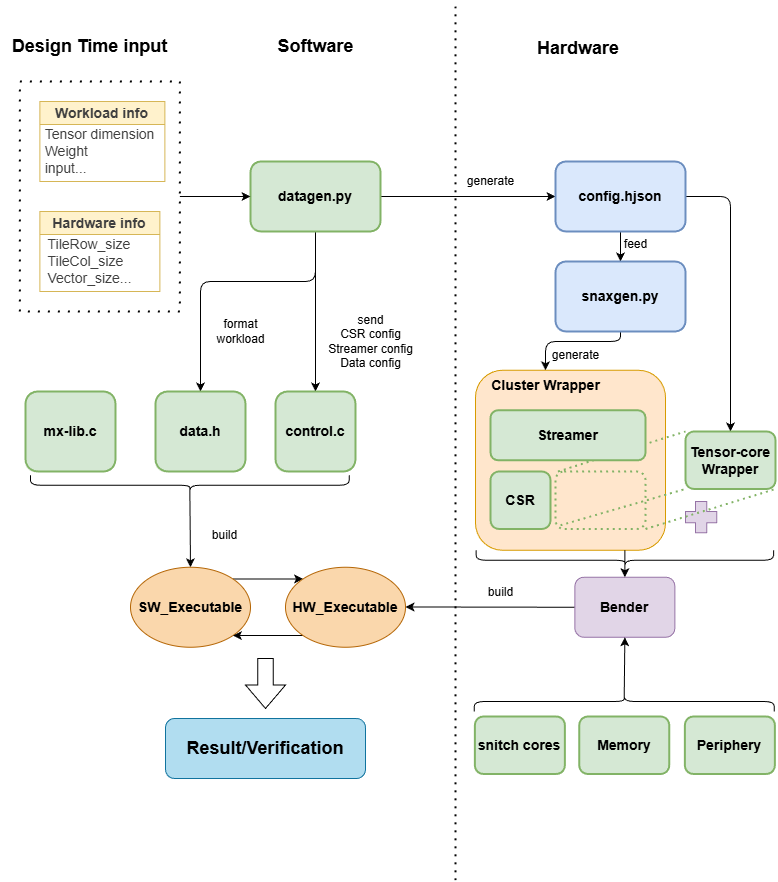
MargZhao/MX_SNAX_integration keeps this draw.io diagram as target/snitch_cluster/sw/apps/snax-mx/thesis_graphs/workflow.png. Above is the earlier version. Source tidied: cells renumbered, new cells last; positions are measured from the earlier drawing's top-left corner, leaving out a move shared by most shapes.
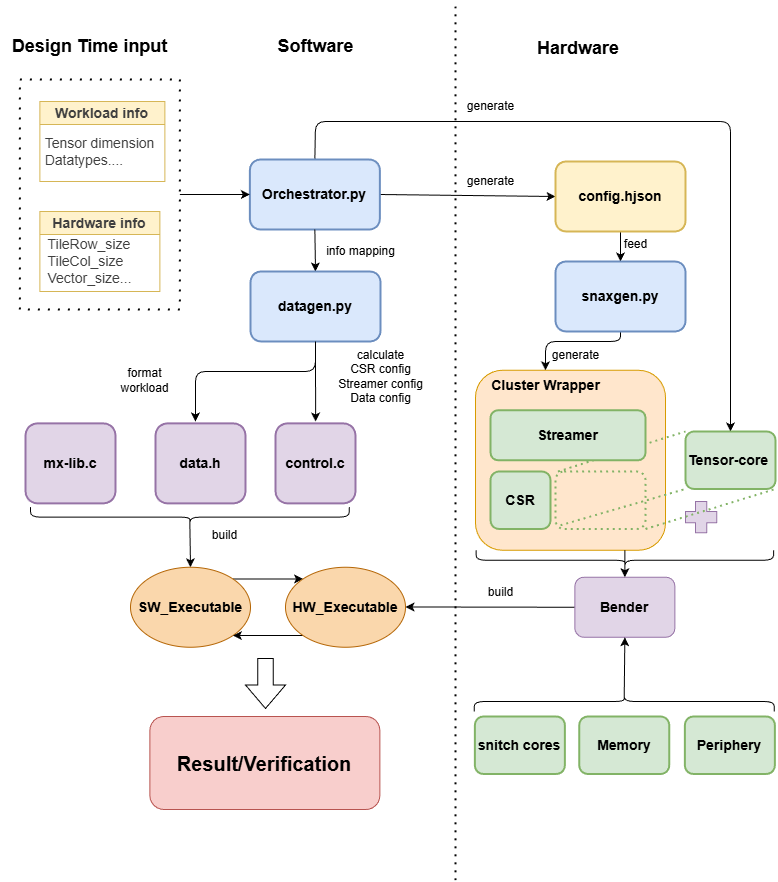
After the commit.

Change to the diagram source:
```diff
@@ -3,7 +3,7 @@
     <mxCell id="0" />
     <mxCell id="1" parent="0" />
     <mxCell id="2" style="rounded=0;whiteSpace=wrap;html=1;fillColor=none;dashed=1;strokeWidth=2;dashPattern=1 4;" parent="1" vertex="1">
-      <mxGeometry x="20.4" y="80" width="160" height="230" as="geometry" />
+      <mxGeometry x="20.4" y="78" width="160" height="230" as="geometry" />
     </mxCell>
     <mxCell id="3" style="rounded=1;whiteSpace=wrap;html=1;fillColor=#ffe6cc;strokeColor=#d79b00;" parent="1" vertex="1">
       <mxGeometry x="476" y="368.8" width="190" height="180" as="geometry" />
@@ -13,22 +13,19 @@
         <mxPoint x="558.5" y="470" as="sourcePoint" />
       </mxGeometry>
     </mxCell>
-    <mxCell id="5" style="edgeStyle=none;html=1;exitX=0.5;exitY=1;exitDx=0;exitDy=0;entryX=0.5;entryY=0;entryDx=0;entryDy=0;" parent="1" edge="1" source="8" target="11">
-      <mxGeometry relative="1" as="geometry" />
-    </mxCell>
     <mxCell id="6" style="edgeStyle=none;html=1;exitX=1;exitY=0.5;exitDx=0;exitDy=0;entryX=0;entryY=0.5;entryDx=0;entryDy=0;" parent="1" edge="1" source="8" target="18">
       <mxGeometry relative="1" as="geometry" />
     </mxCell>
-    <mxCell id="7" style="edgeStyle=none;html=1;exitX=0.5;exitY=1;exitDx=0;exitDy=0;entryX=0.5;entryY=0;entryDx=0;entryDy=0;" parent="1" edge="1" source="8" target="40">
-      <mxGeometry relative="1" as="geometry">
-        <Array as="points">
-          <mxPoint x="316" y="280" />
-          <mxPoint x="201" y="280" />
-        </Array>
-      </mxGeometry>
-    </mxCell>
+    <mxCell id="58" style="edgeStyle=none;html=1;exitX=0.5;exitY=0;exitDx=0;exitDy=0;entryX=0.5;entryY=0;entryDx=0;entryDy=0;" parent="1" edge="1" source="8" target="25">
+      <mxGeometry relative="1" as="geometry">
+        <Array as="points">
+          <mxPoint x="316" y="120" />
+          <mxPoint x="731" y="120" />
+        </Array>
+      </mxGeometry>
+    </mxCell>
-    <mxCell id="8" value="&lt;font style=&quot;font-size: 14px;&quot;&gt;&lt;b&gt;datagen.py&lt;/b&gt;&lt;/font&gt;" style="rounded=1;whiteSpace=wrap;html=1;fillColor=#d5e8d4;strokeColor=#82b366;strokeWidth=2;" parent="1" vertex="1">
-      <mxGeometry x="251" y="160" width="130" height="70" as="geometry" />
+    <mxCell id="8" value="&lt;font style=&quot;font-size: 14px;&quot;&gt;&lt;b&gt;Orchestrator.py&lt;/b&gt;&lt;/font&gt;" style="rounded=1;whiteSpace=wrap;html=1;fillColor=#dae8fc;strokeColor=#6c8ebf;strokeWidth=2;" parent="1" vertex="1">
+      <mxGeometry x="250.4" y="158" width="130" height="70" as="geometry" />
     </mxCell>
     <mxCell id="9" value="&lt;font style=&quot;font-size: 18px;&quot;&gt;&lt;b&gt;Software&lt;/b&gt;&lt;/font&gt;" style="text;html=1;align=center;verticalAlign=middle;strokeColor=none;fillColor=none;" parent="1" vertex="1">
       <mxGeometry x="266" y="25" width="100" height="40" as="geometry" />
@@ -36,14 +33,14 @@
     <mxCell id="10" value="&lt;div style=&quot;text-align: center;&quot;&gt;&lt;span style=&quot;background-color: transparent; font-size: 18px; text-wrap-mode: nowrap;&quot;&gt;&lt;b&gt;Hardware&lt;/b&gt;&lt;/span&gt;&lt;/div&gt;" style="text;whiteSpace=wrap;html=1;fontFamily=Helvetica;fontSize=12;fontColor=default;" parent="1" vertex="1">
       <mxGeometry x="536" y="30" width="90" height="30" as="geometry" />
     </mxCell>
-    <mxCell id="11" value="&lt;font style=&quot;font-size: 14px;&quot;&gt;&lt;b&gt;control.c&lt;/b&gt;&lt;/font&gt;" style="rounded=1;whiteSpace=wrap;html=1;fillColor=#d5e8d4;strokeColor=#82b366;strokeWidth=2;" parent="1" vertex="1">
-      <mxGeometry x="276" y="390" width="80" height="80" as="geometry" />
+    <mxCell id="11" value="&lt;font style=&quot;font-size: 14px;&quot;&gt;&lt;b&gt;control.c&lt;/b&gt;&lt;/font&gt;" style="rounded=1;whiteSpace=wrap;html=1;fillColor=#e1d5e7;strokeColor=#9673a6;strokeWidth=2;" parent="1" vertex="1">
+      <mxGeometry x="276" y="421.9" width="80" height="80" as="geometry" />
     </mxCell>
     <mxCell id="12" value="&lt;span style=&quot;scrollbar-color: rgb(226, 226, 226) rgb(251, 251, 251); text-align: left; text-wrap-mode: nowrap; background-color: transparent; font-size: 14px; color: rgb(63, 63, 63);&quot;&gt;Workload info&lt;/span&gt;" style="swimlane;whiteSpace=wrap;html=1;fillColor=#fff2cc;strokeColor=#d6b656;" parent="1" vertex="1">
       <mxGeometry x="40.4" y="100" width="125" height="80" as="geometry" />
     </mxCell>
-    <mxCell id="13" value="&lt;div style=&quot;color: rgb(63, 63, 63); scrollbar-color: rgb(226, 226, 226) rgb(251, 251, 251); text-align: left;&quot;&gt;&lt;font style=&quot;color: rgb(63, 63, 63); scrollbar-color: rgb(226, 226, 226) rgb(251, 251, 251); font-size: 14px;&quot;&gt;Tensor dimension&lt;/font&gt;&lt;/div&gt;&lt;div style=&quot;color: rgb(63, 63, 63); scrollbar-color: rgb(226, 226, 226) rgb(251, 251, 251); text-align: left;&quot;&gt;&lt;font style=&quot;color: rgb(63, 63, 63); scrollbar-color: rgb(226, 226, 226) rgb(251, 251, 251); font-size: 14px;&quot;&gt;Weight&lt;/font&gt;&lt;/div&gt;&lt;div style=&quot;color: rgb(63, 63, 63); scrollbar-color: rgb(226, 226, 226) rgb(251, 251, 251); text-align: left;&quot;&gt;&lt;font style=&quot;color: rgb(63, 63, 63); scrollbar-color: rgb(226, 226, 226) rgb(251, 251, 251); font-size: 14px;&quot;&gt;input...&lt;/font&gt;&lt;/div&gt;" style="text;html=1;align=center;verticalAlign=middle;strokeColor=none;fillColor=none;" parent="12" vertex="1">
-      <mxGeometry x="-5" y="20" width="130" height="60" as="geometry" />
+    <mxCell id="13" value="&lt;div style=&quot;color: rgb(63, 63, 63); scrollbar-color: rgb(226, 226, 226) rgb(251, 251, 251); text-align: left;&quot;&gt;&lt;font style=&quot;color: rgb(63, 63, 63); scrollbar-color: rgb(226, 226, 226) rgb(251, 251, 251); font-size: 14px;&quot;&gt;Tensor dimension&lt;/font&gt;&lt;/div&gt;&lt;div style=&quot;color: rgb(63, 63, 63); scrollbar-color: rgb(226, 226, 226) rgb(251, 251, 251); text-align: left;&quot;&gt;&lt;span style=&quot;font-size: 14px; background-color: transparent;&quot;&gt;Datatypes....&lt;/span&gt;&lt;/div&gt;" style="text;html=1;align=center;verticalAlign=middle;strokeColor=none;fillColor=none;" parent="12" vertex="1">
+      <mxGeometry x="-5" y="25" width="130" height="50" as="geometry" />
     </mxCell>
     <mxCell id="14" value="&lt;font style=&quot;color: rgb(63, 63, 63); scrollbar-color: rgb(226, 226, 226) rgb(251, 251, 251); font-weight: 400; text-align: left; text-wrap-mode: nowrap; font-size: 14px;&quot;&gt;&lt;b style=&quot;color: rgb(63, 63, 63); scrollbar-color: rgb(226, 226, 226) rgb(251, 251, 251);&quot;&gt;Hardware info&lt;/b&gt;&lt;/font&gt;" style="swimlane;whiteSpace=wrap;html=1;startSize=23;fillColor=#fff2cc;strokeColor=#d6b656;" parent="1" vertex="1">
       <mxGeometry x="40.4" y="210" width="120" height="80" as="geometry" />
@@ -54,21 +51,14 @@
     <mxCell id="16" style="edgeStyle=none;html=1;exitX=0.5;exitY=1;exitDx=0;exitDy=0;entryX=0.5;entryY=0;entryDx=0;entryDy=0;" parent="1" edge="1" source="18" target="28">
       <mxGeometry relative="1" as="geometry" />
     </mxCell>
-    <mxCell id="17" style="edgeStyle=none;html=1;exitX=1;exitY=0.5;exitDx=0;exitDy=0;entryX=0.5;entryY=0;entryDx=0;entryDy=0;" parent="1" edge="1" source="18" target="25">
-      <mxGeometry relative="1" as="geometry">
-        <Array as="points">
-          <mxPoint x="731" y="195" />
-        </Array>
-      </mxGeometry>
-    </mxCell>
-    <mxCell id="18" value="&lt;span style=&quot;font-size: 14px;&quot;&gt;&lt;b&gt;config.hjson&lt;/b&gt;&lt;/span&gt;" style="rounded=1;whiteSpace=wrap;html=1;fillColor=#dae8fc;strokeColor=#6c8ebf;strokeWidth=2;align=center;verticalAlign=middle;fontFamily=Helvetica;fontSize=12;" parent="1" vertex="1">
+    <mxCell id="18" value="&lt;span style=&quot;font-size: 14px;&quot;&gt;&lt;b&gt;config.hjson&lt;/b&gt;&lt;/span&gt;" style="rounded=1;whiteSpace=wrap;html=1;fillColor=#fff2cc;strokeColor=#d6b656;strokeWidth=2;align=center;verticalAlign=middle;fontFamily=Helvetica;fontSize=12;" parent="1" vertex="1">
       <mxGeometry x="556" y="160" width="130" height="70" as="geometry" />
     </mxCell>
     <mxCell id="19" value="generate" style="text;html=1;align=center;verticalAlign=middle;strokeColor=none;fillColor=none;" parent="1" vertex="1">
       <mxGeometry x="456" y="165" width="70" height="30" as="geometry" />
     </mxCell>
-    <mxCell id="20" value="&lt;div&gt;send&lt;/div&gt;CSR config&lt;div&gt;Streamer config&lt;/div&gt;&lt;div&gt;Data config&lt;/div&gt;" style="text;html=1;align=center;verticalAlign=middle;strokeColor=none;fillColor=none;" parent="1" vertex="1">
-      <mxGeometry x="316" y="305" width="110" height="70" as="geometry" />
+    <mxCell id="20" value="&lt;div&gt;calculate&lt;/div&gt;CSR config&lt;div&gt;Streamer config&lt;/div&gt;&lt;div&gt;Data config&lt;/div&gt;" style="text;html=1;align=center;verticalAlign=middle;strokeColor=none;fillColor=none;" parent="1" vertex="1">
+      <mxGeometry x="326" y="340" width="110" height="70" as="geometry" />
     </mxCell>
     <mxCell id="21" style="edgeStyle=none;html=1;exitX=1;exitY=0.5;exitDx=0;exitDy=0;entryX=0;entryY=0.5;entryDx=0;entryDy=0;" parent="1" edge="1" source="2" target="8">
       <mxGeometry relative="1" as="geometry" />
@@ -82,7 +72,7 @@
     <mxCell id="24" value="&lt;span style=&quot;font-size: 14px;&quot;&gt;&lt;b&gt;CSR&lt;/b&gt;&lt;/span&gt;" style="rounded=1;whiteSpace=wrap;html=1;fillColor=#d5e8d4;strokeColor=#82b366;strokeWidth=2;align=center;verticalAlign=middle;fontFamily=Helvetica;fontSize=12;" parent="1" vertex="1">
       <mxGeometry x="491" y="470" width="60" height="57.5" as="geometry" />
     </mxCell>
-    <mxCell id="25" value="&lt;span style=&quot;font-size: 14px;&quot;&gt;&lt;b&gt;Tensor-core Wrapper&lt;/b&gt;&lt;/span&gt;" style="rounded=1;whiteSpace=wrap;html=1;fillColor=#d5e8d4;strokeColor=#82b366;strokeWidth=2;align=center;verticalAlign=middle;fontFamily=Helvetica;fontSize=12;" parent="1" vertex="1">
+    <mxCell id="25" value="&lt;span style=&quot;font-size: 14px;&quot;&gt;&lt;b&gt;Tensor-core&amp;nbsp;&lt;/b&gt;&lt;/span&gt;" style="rounded=1;whiteSpace=wrap;html=1;fillColor=#d5e8d4;strokeColor=#82b366;strokeWidth=2;align=center;verticalAlign=middle;fontFamily=Helvetica;fontSize=12;fontColor=default;" parent="1" vertex="1">
       <mxGeometry x="686" y="430" width="90" height="57.5" as="geometry" />
     </mxCell>
     <mxCell id="26" value="&lt;font style=&quot;font-size: 14px;&quot;&gt;&lt;b&gt;Cluster Wrapper&lt;/b&gt;&lt;/font&gt;" style="text;html=1;align=center;verticalAlign=middle;points=[];strokeColor=none;fillColor=none;" parent="1" vertex="1">
@@ -129,23 +119,23 @@
     <mxCell id="36" value="&lt;font style=&quot;font-size: 14px;&quot;&gt;&lt;b style=&quot;&quot;&gt;Bender&lt;/b&gt;&lt;/font&gt;" style="rounded=1;whiteSpace=wrap;html=1;strokeColor=#9673a6;align=center;verticalAlign=middle;fontFamily=Helvetica;fontSize=12;fillColor=#e1d5e7;" parent="1" vertex="1">
       <mxGeometry x="575.4" y="575.8" width="100" height="60" as="geometry" />
     </mxCell>
-    <mxCell id="37" value="&lt;span style=&quot;font-size: 14px;&quot;&gt;&lt;b&gt;snitch cores&lt;/b&gt;&lt;/span&gt;" style="rounded=1;whiteSpace=wrap;html=1;fillColor=#d5e8d4;strokeColor=#82b366;strokeWidth=2;align=center;verticalAlign=middle;fontFamily=Helvetica;fontSize=12;" parent="1" vertex="1">
+    <mxCell id="37" value="&lt;span style=&quot;font-size: 14px;&quot;&gt;&lt;b&gt;snitch cores&lt;/b&gt;&lt;/span&gt;" style="rounded=1;whiteSpace=wrap;html=1;fillColor=#d5e8d4;strokeColor=#82b366;strokeWidth=2;align=center;verticalAlign=middle;fontFamily=Helvetica;fontSize=12;fontColor=default;" parent="1" vertex="1">
       <mxGeometry x="475.4" y="715" width="90" height="57.5" as="geometry" />
     </mxCell>
-    <mxCell id="38" value="&lt;span style=&quot;font-size: 14px;&quot;&gt;&lt;b&gt;Periphery&lt;/b&gt;&lt;/span&gt;" style="rounded=1;whiteSpace=wrap;html=1;fillColor=#d5e8d4;strokeColor=#82b366;strokeWidth=2;align=center;verticalAlign=middle;fontFamily=Helvetica;fontSize=12;" parent="1" vertex="1">
+    <mxCell id="38" value="&lt;span style=&quot;font-size: 14px;&quot;&gt;&lt;b&gt;Periphery&lt;/b&gt;&lt;/span&gt;" style="rounded=1;whiteSpace=wrap;html=1;fillColor=#d5e8d4;strokeColor=#82b366;strokeWidth=2;align=center;verticalAlign=middle;fontFamily=Helvetica;fontSize=12;fontColor=default;" parent="1" vertex="1">
       <mxGeometry x="685.4" y="715" width="90" height="57.5" as="geometry" />
     </mxCell>
-    <mxCell id="39" value="&lt;span style=&quot;font-size: 14px;&quot;&gt;&lt;b&gt;Memory&lt;/b&gt;&lt;/span&gt;" style="rounded=1;whiteSpace=wrap;html=1;fillColor=#d5e8d4;strokeColor=#82b366;strokeWidth=2;align=center;verticalAlign=middle;fontFamily=Helvetica;fontSize=12;" parent="1" vertex="1">
+    <mxCell id="39" value="&lt;span style=&quot;font-size: 14px;&quot;&gt;&lt;b&gt;Memory&lt;/b&gt;&lt;/span&gt;" style="rounded=1;whiteSpace=wrap;html=1;fillColor=#d5e8d4;strokeColor=#82b366;strokeWidth=2;align=center;verticalAlign=middle;fontFamily=Helvetica;fontSize=12;fontColor=default;" parent="1" vertex="1">
       <mxGeometry x="579.7" y="715" width="90" height="57.5" as="geometry" />
     </mxCell>
-    <mxCell id="40" value="&lt;font style=&quot;font-size: 14px;&quot;&gt;&lt;b&gt;data.h&lt;/b&gt;&lt;/font&gt;" style="rounded=1;whiteSpace=wrap;html=1;fillColor=#d5e8d4;strokeColor=#82b366;strokeWidth=2;" parent="1" vertex="1">
-      <mxGeometry x="156" y="390" width="90" height="80" as="geometry" />
+    <mxCell id="40" value="&lt;font style=&quot;font-size: 14px;&quot;&gt;&lt;b&gt;data.h&lt;/b&gt;&lt;/font&gt;" style="rounded=1;whiteSpace=wrap;html=1;fillColor=#e1d5e7;strokeColor=#9673a6;strokeWidth=2;" parent="1" vertex="1">
+      <mxGeometry x="156" y="421.9" width="90" height="80" as="geometry" />
     </mxCell>
     <mxCell id="41" value="format&lt;div&gt;workload&lt;/div&gt;" style="text;html=1;align=center;verticalAlign=middle;strokeColor=none;fillColor=none;" parent="1" vertex="1">
-      <mxGeometry x="206" y="310" width="70" height="40" as="geometry" />
+      <mxGeometry x="110.4" y="358.8" width="70" height="40" as="geometry" />
     </mxCell>
-    <mxCell id="42" value="&lt;font style=&quot;font-size: 14px;&quot;&gt;&lt;b&gt;mx-lib.c&lt;/b&gt;&lt;/font&gt;" style="rounded=1;whiteSpace=wrap;html=1;fillColor=#d5e8d4;strokeColor=#82b366;strokeWidth=2;" parent="1" vertex="1">
-      <mxGeometry x="26" y="390" width="90" height="80" as="geometry" />
+    <mxCell id="42" value="&lt;font style=&quot;font-size: 14px;&quot;&gt;&lt;b&gt;mx-lib.c&lt;/b&gt;&lt;/font&gt;" style="rounded=1;whiteSpace=wrap;html=1;fillColor=#e1d5e7;strokeColor=#9673a6;strokeWidth=2;" parent="1" vertex="1">
+      <mxGeometry x="26" y="421.9" width="90" height="80" as="geometry" />
     </mxCell>
     <mxCell id="43" style="endArrow=none;dashed=1;html=1;dashPattern=1 3;strokeWidth=2;" parent="1" edge="1">
       <mxGeometry relative="1" as="geometry">
@@ -157,7 +147,7 @@
       <mxGeometry relative="1" as="geometry" />
     </mxCell>
     <mxCell id="45" style="shape=curlyBracket;whiteSpace=wrap;html=1;rounded=1;flipH=1;labelPosition=right;verticalLabelPosition=middle;align=left;verticalAlign=middle;rotation=90;" parent="1" vertex="1">
-      <mxGeometry x="180.4" y="324.4" width="20" height="318.8" as="geometry" />
+      <mxGeometry x="180.4" y="356.2" width="20" height="318.8" as="geometry" />
     </mxCell>
     <mxCell id="46" style="edgeStyle=none;html=1;exitX=1;exitY=0;exitDx=0;exitDy=0;entryX=0;entryY=0;entryDx=0;entryDy=0;" parent="1" edge="1" source="47" target="56">
       <mxGeometry relative="1" as="geometry" />
@@ -179,8 +169,8 @@
     <mxCell id="51" style="shape=curlyBracket;whiteSpace=wrap;html=1;rounded=1;labelPosition=left;verticalLabelPosition=middle;align=right;verticalAlign=middle;size=0.5;rotation=90;" parent="1" vertex="1">
       <mxGeometry x="614.7" y="550" width="20" height="300" as="geometry" />
     </mxCell>
-    <mxCell id="52" value="&lt;font style=&quot;font-size: 18px;&quot;&gt;&lt;b&gt;Result/Verification&lt;/b&gt;&lt;/font&gt;" style="rounded=1;whiteSpace=wrap;html=1;fillColor=#b1ddf0;strokeColor=#10739e;" parent="1" vertex="1">
-      <mxGeometry x="166" y="717" width="200" height="60" as="geometry" />
+    <mxCell id="52" value="&lt;font style=&quot;font-size: 20px;&quot;&gt;&lt;b style=&quot;&quot;&gt;Result/Verification&lt;/b&gt;&lt;/font&gt;" style="rounded=1;whiteSpace=wrap;html=1;fillColor=#f8cecc;strokeColor=#b85450;" parent="1" vertex="1">
+      <mxGeometry x="150.4" y="715" width="230" height="93" as="geometry" />
     </mxCell>
     <mxCell id="53" value="build" style="text;html=1;align=center;verticalAlign=middle;strokeColor=none;fillColor=none;" parent="1" vertex="1">
       <mxGeometry x="200.4" y="518.8" width="50" height="30" as="geometry" />
@@ -197,5 +187,30 @@
     <mxCell id="57" style="shape=singleArrow;direction=south;whiteSpace=wrap;html=1;arrowWidth=0.3896551724137908;arrowSize=0.46965517241379073;" parent="1" vertex="1">
       <mxGeometry x="246" y="657" width="40" height="50" as="geometry" />
     </mxCell>
+    <mxCell id="59" style="edgeStyle=none;html=1;exitX=0.5;exitY=1;exitDx=0;exitDy=0;entryX=0.5;entryY=0;entryDx=0;entryDy=0;" parent="1" edge="1" source="8" target="61">
+      <mxGeometry relative="1" as="geometry" />
+    </mxCell>
+    <mxCell id="60" style="edgeStyle=none;html=1;exitX=0.5;exitY=1;exitDx=0;exitDy=0;" parent="1" edge="1" source="61">
+      <mxGeometry relative="1" as="geometry">
+        <mxPoint x="316.1" y="420" as="targetPoint" />
+      </mxGeometry>
+    </mxCell>
+    <mxCell id="61" value="&lt;font style=&quot;font-size: 14px;&quot;&gt;&lt;b&gt;datagen.py&lt;/b&gt;&lt;/font&gt;" style="rounded=1;whiteSpace=wrap;html=1;fillColor=#dae8fc;strokeColor=#6c8ebf;strokeWidth=2;" parent="1" vertex="1">
+      <mxGeometry x="251" y="270" width="130" height="70" as="geometry" />
+    </mxCell>
+    <mxCell id="62" style="edgeStyle=none;html=1;exitX=0.5;exitY=1;exitDx=0;exitDy=0;entryX=0.444;entryY=-0.023;entryDx=0;entryDy=0;entryPerimeter=0;" parent="1" edge="1" source="61" target="40">
+      <mxGeometry relative="1" as="geometry">
+        <Array as="points">
+          <mxPoint x="316" y="370" />
+          <mxPoint x="196" y="370" />
+        </Array>
+      </mxGeometry>
+    </mxCell>
+    <mxCell id="63" value="info mapping" style="text;html=1;align=center;verticalAlign=middle;strokeColor=none;fillColor=none;" parent="1" vertex="1">
+      <mxGeometry x="316" y="235" width="90" height="30" as="geometry" />
+    </mxCell>
+    <mxCell id="64" value="generate" style="text;html=1;align=center;verticalAlign=middle;strokeColor=none;fillColor=none;" parent="1" vertex="1">
+      <mxGeometry x="456" y="90" width="70" height="30" as="geometry" />
+    </mxCell>
   </root>
 </mxGraphModel>
```
